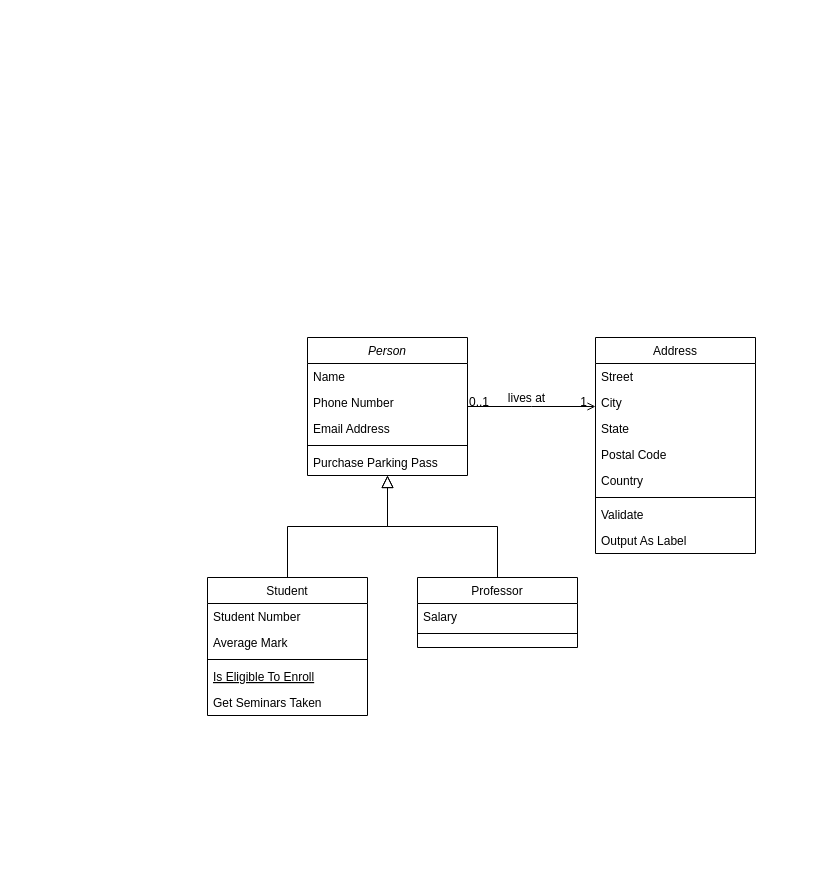
quadrifilar/Codemika keeps this draw.io diagram as 25/Untitled Diagram.drawio. Above is the earlier version. Source tidied: cells renumbered, new cells numbered last; positions are measured from the earlier drawing's top-left corner, leaving out a move shared by most shapes. Both pictures are drawn from the tidied source at 100%, with x=0, y=0 at pixel (207, 337).
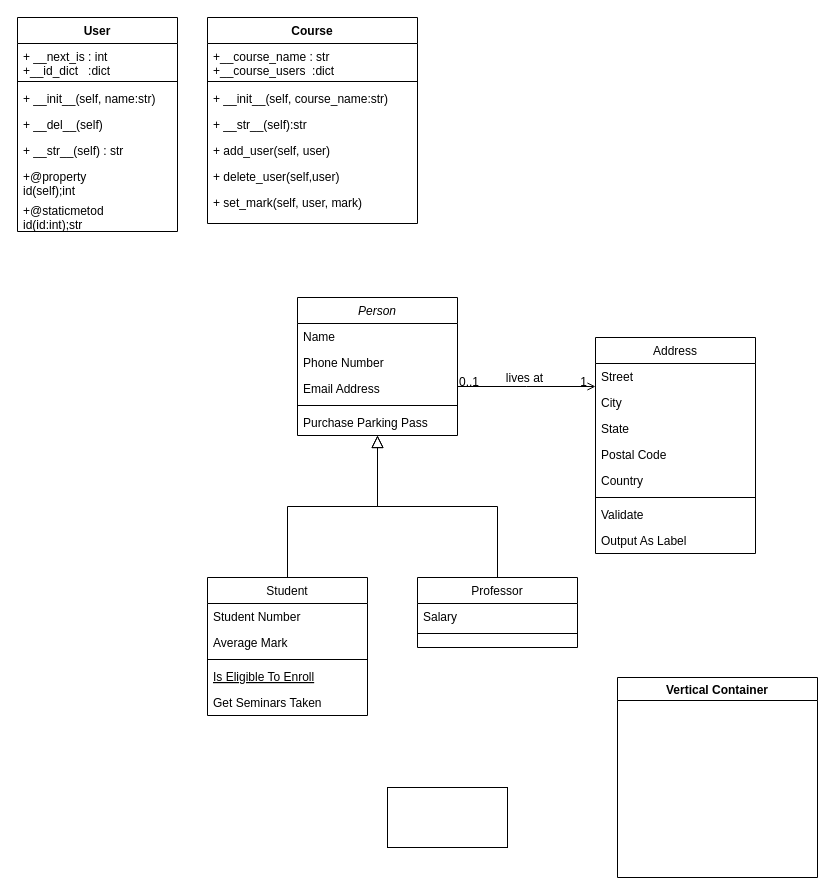
Above is the later version.

What changed in the source:
```diff
@@
     <mxCell id="2" value="Person" style="swimlane;fontStyle=2;align=center;verticalAlign=top;horizontal=1;startSize=26;rounded=0;shadow=0;strokeWidth=1;" parent="1" vertex="1">
-      <mxGeometry x="100" width="160" height="138" as="geometry" />
+      <mxGeometry x="90" y="-40" width="160" height="138" as="geometry" />
     </mxCell>
@@
+    <mxCell id="32" style="rounded=0;whiteSpace=wrap;html=1;" parent="1" vertex="1">
+      <mxGeometry x="180" y="450" width="120" height="60" as="geometry" />
+    </mxCell>
+    <mxCell id="33" value="Vertical Container" style="swimlane;" parent="1" vertex="1">
+      <mxGeometry x="410" y="340" width="200" height="200" as="geometry" />
+    </mxCell>
+    <mxCell id="34" value="User&#10;" style="swimlane;fontStyle=1;align=center;verticalAlign=top;horizontal=1;startSize=26;" parent="1" vertex="1">
+      <mxGeometry x="-190" y="-320" width="160" height="214" as="geometry" />
+    </mxCell>
+    <mxCell id="35" value="+ __next_is : int&#10;+__id_dict   :dict" style="text;strokeColor=none;fillColor=none;align=left;verticalAlign=top;spacingLeft=4;spacingRight=4;overflow=hidden;" parent="34" vertex="1">
+      <mxGeometry y="26" width="160" height="34" as="geometry" />
+    </mxCell>
+    <mxCell id="36" style="line;strokeWidth=1;fillColor=none;align=left;verticalAlign=middle;spacingTop=-1;spacingLeft=3;spacingRight=3;labelPosition=right;" parent="34" vertex="1">
+      <mxGeometry y="60" width="160" height="8" as="geometry" />
+    </mxCell>
+    <mxCell id="37" value="+ __init__(self, name:str)" style="text;strokeColor=none;fillColor=none;align=left;verticalAlign=top;spacingLeft=4;spacingRight=4;overflow=hidden;" parent="34" vertex="1">
+      <mxGeometry y="68" width="160" height="26" as="geometry" />
+    </mxCell>
+    <mxCell id="38" value="+ __del__(self) &#10;" style="text;strokeColor=none;fillColor=none;align=left;verticalAlign=top;spacingLeft=4;spacingRight=4;overflow=hidden;" parent="34" vertex="1">
+      <mxGeometry y="94" width="160" height="26" as="geometry" />
+    </mxCell>
+    <mxCell id="39" value="+ __str__(self) : str&#10;" style="text;strokeColor=none;fillColor=none;align=left;verticalAlign=top;spacingLeft=4;spacingRight=4;overflow=hidden;" parent="34" vertex="1">
+      <mxGeometry y="120" width="160" height="26" as="geometry" />
+    </mxCell>
+    <mxCell id="40" value="+@property&#10;id(self);int&#10;" style="text;strokeColor=none;fillColor=none;align=left;verticalAlign=top;spacingLeft=4;spacingRight=4;overflow=hidden;" parent="34" vertex="1">
+      <mxGeometry y="146" width="160" height="34" as="geometry" />
+    </mxCell>
+    <mxCell id="41" value="+@staticmetod&#10;id(id:int);str&#10;" style="text;strokeColor=none;fillColor=none;align=left;verticalAlign=top;spacingLeft=4;spacingRight=4;overflow=hidden;" parent="34" vertex="1">
+      <mxGeometry y="180" width="160" height="34" as="geometry" />
+    </mxCell>
+    <mxCell id="42" value="Course" style="swimlane;fontStyle=1;align=center;verticalAlign=top;horizontal=1;startSize=26;" parent="1" vertex="1">
+      <mxGeometry y="-320" width="210" height="206" as="geometry" />
+    </mxCell>
+    <mxCell id="43" value="+__course_name : str&#10;+__course_users  :dict" style="text;strokeColor=none;fillColor=none;align=left;verticalAlign=top;spacingLeft=4;spacingRight=4;overflow=hidden;" parent="42" vertex="1">
+      <mxGeometry y="26" width="210" height="34" as="geometry" />
+    </mxCell>
+    <mxCell id="44" style="line;strokeWidth=1;fillColor=none;align=left;verticalAlign=middle;spacingTop=-1;spacingLeft=3;spacingRight=3;labelPosition=right;" parent="42" vertex="1">
+      <mxGeometry y="60" width="210" height="8" as="geometry" />
+    </mxCell>
+    <mxCell id="45" value="+ __init__(self, course_name:str)" style="text;strokeColor=none;fillColor=none;align=left;verticalAlign=top;spacingLeft=4;spacingRight=4;overflow=hidden;" parent="42" vertex="1">
+      <mxGeometry y="68" width="210" height="26" as="geometry" />
+    </mxCell>
+    <mxCell id="46" value="+ __str__(self):str" style="text;strokeColor=none;fillColor=none;align=left;verticalAlign=top;spacingLeft=4;spacingRight=4;overflow=hidden;" parent="42" vertex="1">
+      <mxGeometry y="94" width="210" height="26" as="geometry" />
+    </mxCell>
+    <mxCell id="47" value="+ add_user(self, user) &#10;                            &#10;" style="text;strokeColor=none;fillColor=none;align=left;verticalAlign=top;spacingLeft=4;spacingRight=4;overflow=hidden;" parent="42" vertex="1">
+      <mxGeometry y="120" width="210" height="26" as="geometry" />
+    </mxCell>
+    <mxCell id="48" value="+ delete_user(self,user)&#10;" style="text;strokeColor=none;fillColor=none;align=left;verticalAlign=top;spacingLeft=4;spacingRight=4;overflow=hidden;" parent="42" vertex="1">
+      <mxGeometry y="146" width="210" height="26" as="geometry" />
+    </mxCell>
+    <mxCell id="49" value="+ set_mark(self, user, mark)" style="text;strokeColor=none;fillColor=none;align=left;verticalAlign=top;spacingLeft=4;spacingRight=4;overflow=hidden;" parent="42" vertex="1">
+      <mxGeometry y="172" width="210" height="34" as="geometry" />
+    </mxCell>
```
